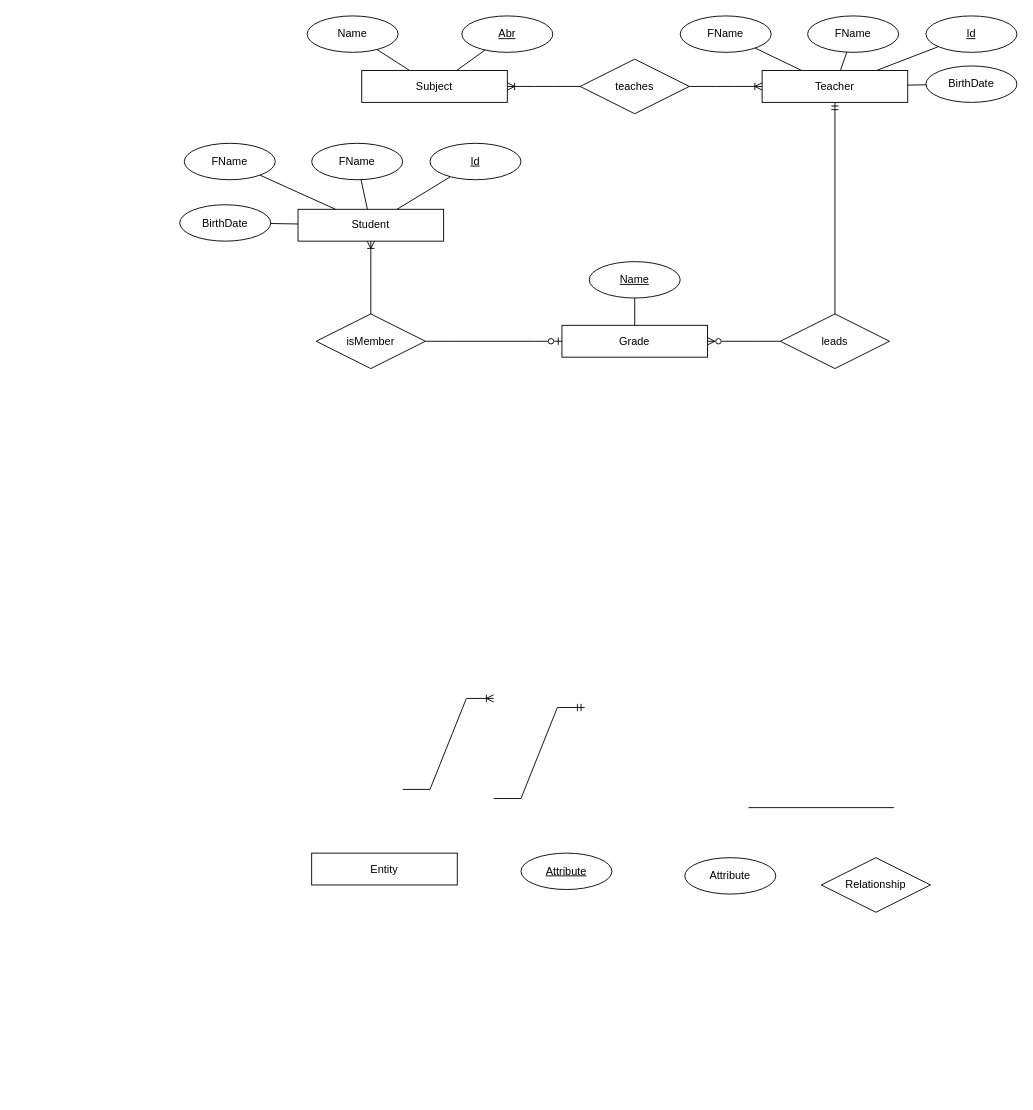
This is er.drawio from elma1989/teach, a draw.io file, before an edit. Source tidied: cells renumbered, new cells numbered last; positions are measured from the earlier drawing's top-left corner, leaving out a move shared by most shapes. Both pictures are drawn from the tidied source at 91%, with x=0, y=0 at pixel (179, 15).
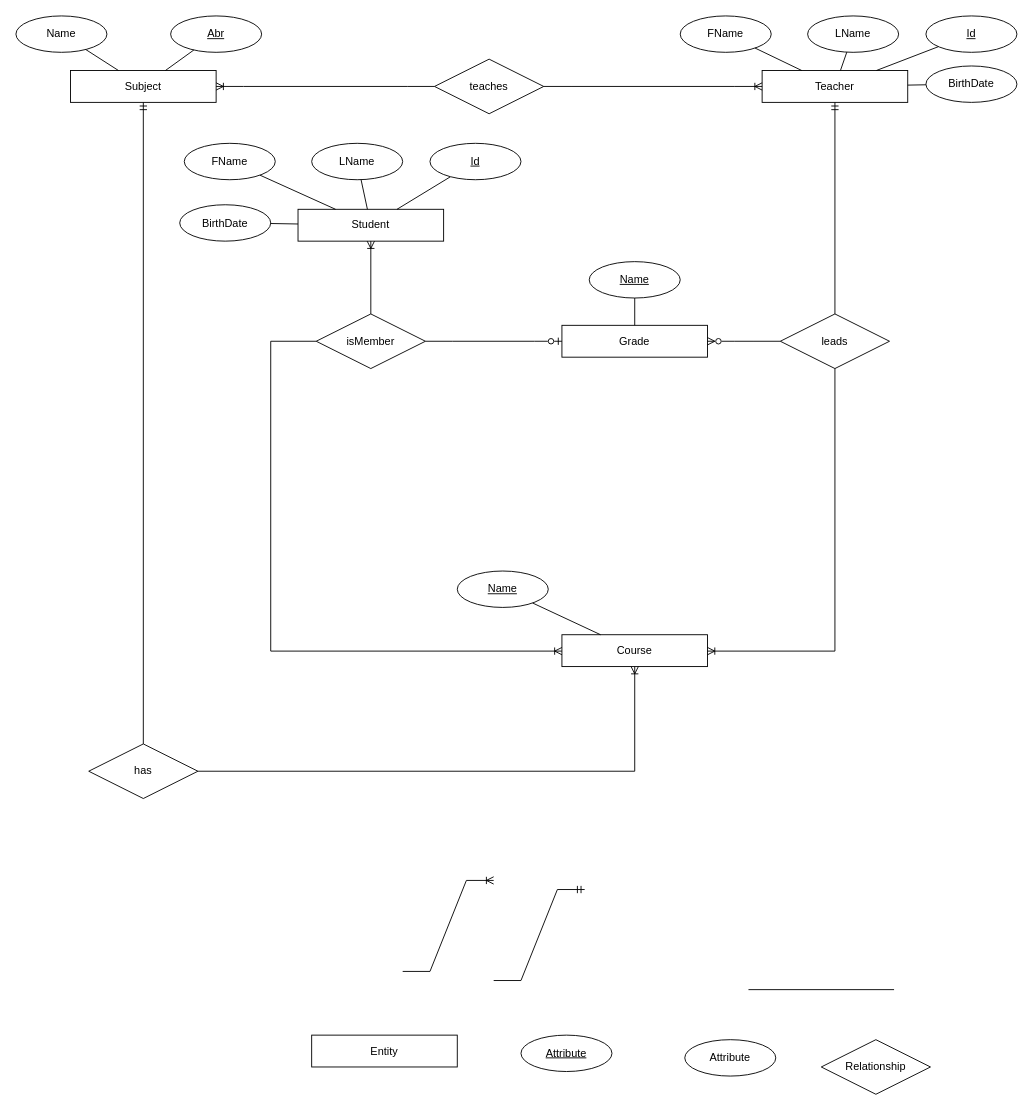
The same diagram, later.

The change refers to these unchanged cells:
```xml
<mxCell id="20" value="leads" style="shape=rhombus;perimeter=rhombusPerimeter;whiteSpace=wrap;html=1;align=center;" parent="1" vertex="1">
  <mxGeometry x="660" y="327.5" width="120" height="60" as="geometry" />
</mxCell>
<mxCell id="41" value="isMember" style="shape=rhombus;perimeter=rhombusPerimeter;whiteSpace=wrap;html=1;align=center;" parent="1" vertex="1">
  <mxGeometry x="150" y="327.5" width="120" height="60" as="geometry" />
</mxCell>
```

Diff of the diagram source:
```diff
@@
     <mxCell id="2" value="Entity" style="whiteSpace=wrap;html=1;align=center;" parent="1" vertex="1">
-      <mxGeometry x="145" y="920" width="160" height="35" as="geometry" />
+      <mxGeometry x="145" y="1120" width="160" height="35" as="geometry" />
     </mxCell>
     <mxCell id="3" value="Subject" style="whiteSpace=wrap;html=1;align=center;" parent="1" vertex="1">
-      <mxGeometry x="200" y="60" width="160" height="35" as="geometry" />
+      <mxGeometry x="-120" y="60" width="160" height="35" as="geometry" />
     </mxCell>
     <mxCell id="4" value="Attribute" style="ellipse;whiteSpace=wrap;html=1;align=center;fontStyle=4;" parent="1" vertex="1">
-      <mxGeometry x="375" y="920" width="100" height="40" as="geometry" />
+      <mxGeometry x="375" y="1120" width="100" height="40" as="geometry" />
     </mxCell>
     <mxCell id="5" value="Abr" style="ellipse;whiteSpace=wrap;html=1;align=center;fontStyle=4;" parent="1" vertex="1">
-      <mxGeometry x="310" width="100" height="40" as="geometry" />
+      <mxGeometry x="-10" width="100" height="40" as="geometry" />
     </mxCell>
     <mxCell id="6" value="Attribute" style="ellipse;whiteSpace=wrap;html=1;align=center;" parent="1" vertex="1">
-      <mxGeometry x="555" y="925" width="100" height="40" as="geometry" />
+      <mxGeometry x="555" y="1125" width="100" height="40" as="geometry" />
     </mxCell>
     <mxCell id="7" value="Name" style="ellipse;whiteSpace=wrap;html=1;align=center;" parent="1" vertex="1">
-      <mxGeometry x="140" width="100" height="40" as="geometry" />
+      <mxGeometry x="-180" width="100" height="40" as="geometry" />
     </mxCell>
     <mxCell id="8" style="endArrow=none;html=1;rounded=0;" parent="1" edge="1">
       <mxGeometry relative="1" as="geometry">
-        <mxPoint x="625" y="870" as="sourcePoint" />
-        <mxPoint x="785" y="870" as="targetPoint" />
+        <mxPoint x="625" y="1070" as="sourcePoint" />
+        <mxPoint x="785" y="1070" as="targetPoint" />
       </mxGeometry>
     </mxCell>
@@
-    <mxCell id="14" value="FName" style="ellipse;whiteSpace=wrap;html=1;align=center;" parent="1" vertex="1">
+    <mxCell id="14" value="LName" style="ellipse;whiteSpace=wrap;html=1;align=center;" parent="1" vertex="1">
       <mxGeometry x="690" width="100" height="40" as="geometry" />
     </mxCell>
@@
     <mxCell id="21" value="teaches" style="shape=rhombus;perimeter=rhombusPerimeter;whiteSpace=wrap;html=1;align=center;" parent="1" vertex="1">
-      <mxGeometry x="440" y="47.5" width="120" height="60" as="geometry" />
+      <mxGeometry x="280" y="47.5" width="120" height="60" as="geometry" />
     </mxCell>
     <mxCell id="22" style="edgeStyle=entityRelationEdgeStyle;fontSize=12;html=1;endArrow=ERoneToMany;rounded=0;" parent="1" edge="1">
       <mxGeometry relative="1" as="geometry">
-        <mxPoint x="245" y="850" as="sourcePoint" />
-        <mxPoint x="345" y="750" as="targetPoint" />
+        <mxPoint x="245" y="1050" as="sourcePoint" />
+        <mxPoint x="345" y="950" as="targetPoint" />
       </mxGeometry>
     </mxCell>
@@
     <mxCell id="28" style="edgeStyle=entityRelationEdgeStyle;fontSize=12;html=1;endArrow=ERmandOne;rounded=0;" parent="1" edge="1">
       <mxGeometry relative="1" as="geometry">
-        <mxPoint x="345" y="860" as="sourcePoint" />
-        <mxPoint x="445" y="760" as="targetPoint" />
+        <mxPoint x="345" y="1060" as="sourcePoint" />
+        <mxPoint x="445" y="960" as="targetPoint" />
       </mxGeometry>
     </mxCell>
@@
-    <mxCell id="33" value="FName" style="ellipse;whiteSpace=wrap;html=1;align=center;" parent="1" vertex="1">
+    <mxCell id="33" value="LName" style="ellipse;whiteSpace=wrap;html=1;align=center;" parent="1" vertex="1">
       <mxGeometry x="145" y="140" width="100" height="40" as="geometry" />
     </mxCell>
@@
     <mxCell id="40" value="Relationship" style="shape=rhombus;perimeter=rhombusPerimeter;whiteSpace=wrap;html=1;align=center;" parent="1" vertex="1">
-      <mxGeometry x="705" y="925" width="120" height="60" as="geometry" />
+      <mxGeometry x="705" y="1125" width="120" height="60" as="geometry" />
     </mxCell>
@@
+    <mxCell id="44" value="Course" style="whiteSpace=wrap;html=1;align=center;" parent="1" vertex="1">
+      <mxGeometry x="420" y="680" width="160" height="35" as="geometry" />
+    </mxCell>
+    <mxCell id="45" style="endArrow=none;html=1;rounded=0;" parent="1" edge="1" source="44" target="46">
+      <mxGeometry relative="1" as="geometry" />
+    </mxCell>
+    <mxCell id="46" value="Name" style="ellipse;whiteSpace=wrap;html=1;align=center;fontStyle=4;" parent="1" vertex="1">
+      <mxGeometry x="305" y="610" width="100" height="40" as="geometry" />
+    </mxCell>
+    <mxCell id="47" style="edgeStyle=orthogonalEdgeStyle;fontSize=12;html=1;endArrow=ERoneToMany;rounded=0;" parent="1" edge="1" source="41" target="44">
+      <mxGeometry relative="1" as="geometry">
+        <Array as="points">
+          <mxPoint x="100" y="358" />
+          <mxPoint x="100" y="698" />
+        </Array>
+      </mxGeometry>
+    </mxCell>
+    <mxCell id="48" style="edgeStyle=orthogonalEdgeStyle;fontSize=12;html=1;endArrow=ERoneToMany;rounded=0;" parent="1" edge="1" source="20" target="44">
+      <mxGeometry relative="1" as="geometry">
+        <Array as="points">
+          <mxPoint x="720" y="698" />
+        </Array>
+      </mxGeometry>
+    </mxCell>
+    <mxCell id="49" value="has" style="shape=rhombus;perimeter=rhombusPerimeter;whiteSpace=wrap;html=1;align=center;" parent="1" vertex="1">
+      <mxGeometry x="-100" y="800" width="120" height="60" as="geometry" />
+    </mxCell>
+    <mxCell id="50" style="edgeStyle=orthogonalEdgeStyle;fontSize=12;html=1;endArrow=ERoneToMany;rounded=0;" parent="1" edge="1" source="49" target="44">
+      <mxGeometry relative="1" as="geometry" />
+    </mxCell>
+    <mxCell id="51" style="edgeStyle=orthogonalEdgeStyle;fontSize=12;html=1;endArrow=ERmandOne;rounded=0;" parent="1" edge="1" source="49" target="3">
+      <mxGeometry relative="1" as="geometry" />
+    </mxCell>
```
